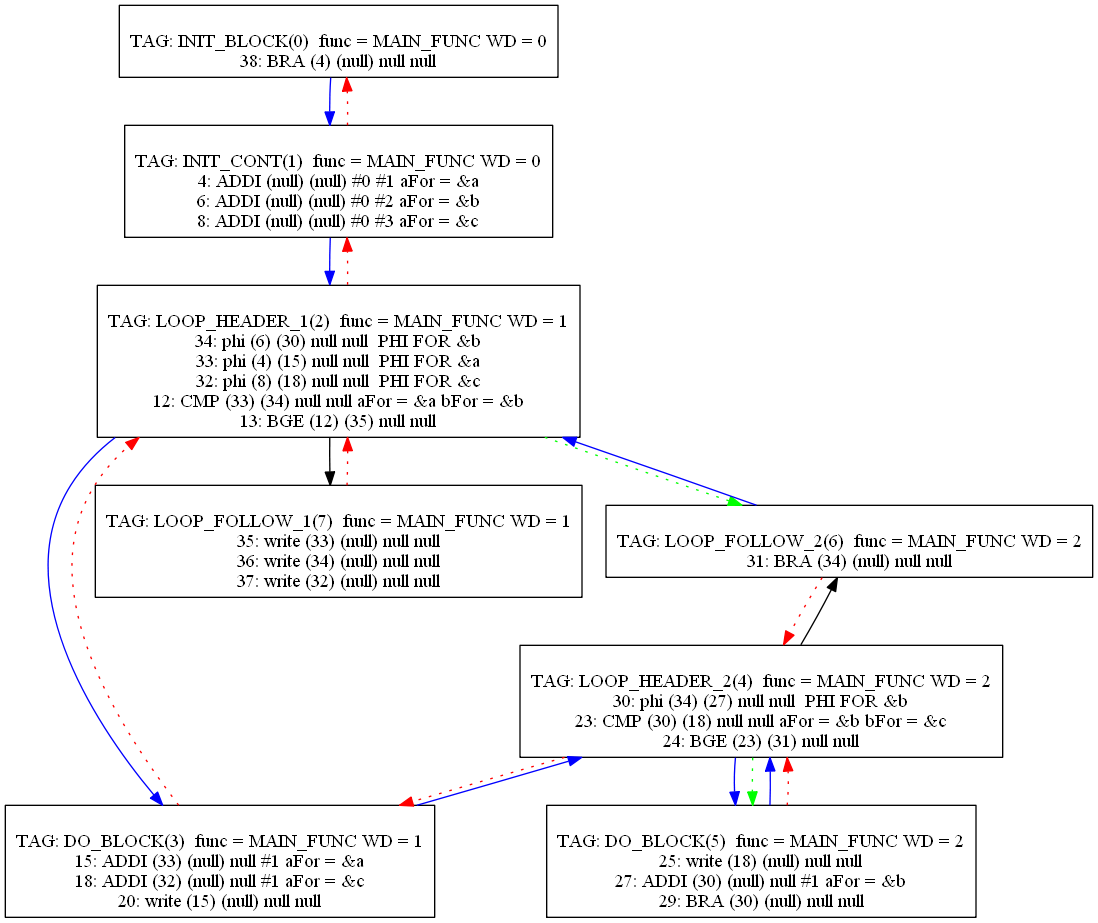
The Graphviz diagram Compiler/10graph.png in mbajaj92/Project-Astoria, before a commit. Its source is kept beside it as Compiler/10graph.dot.
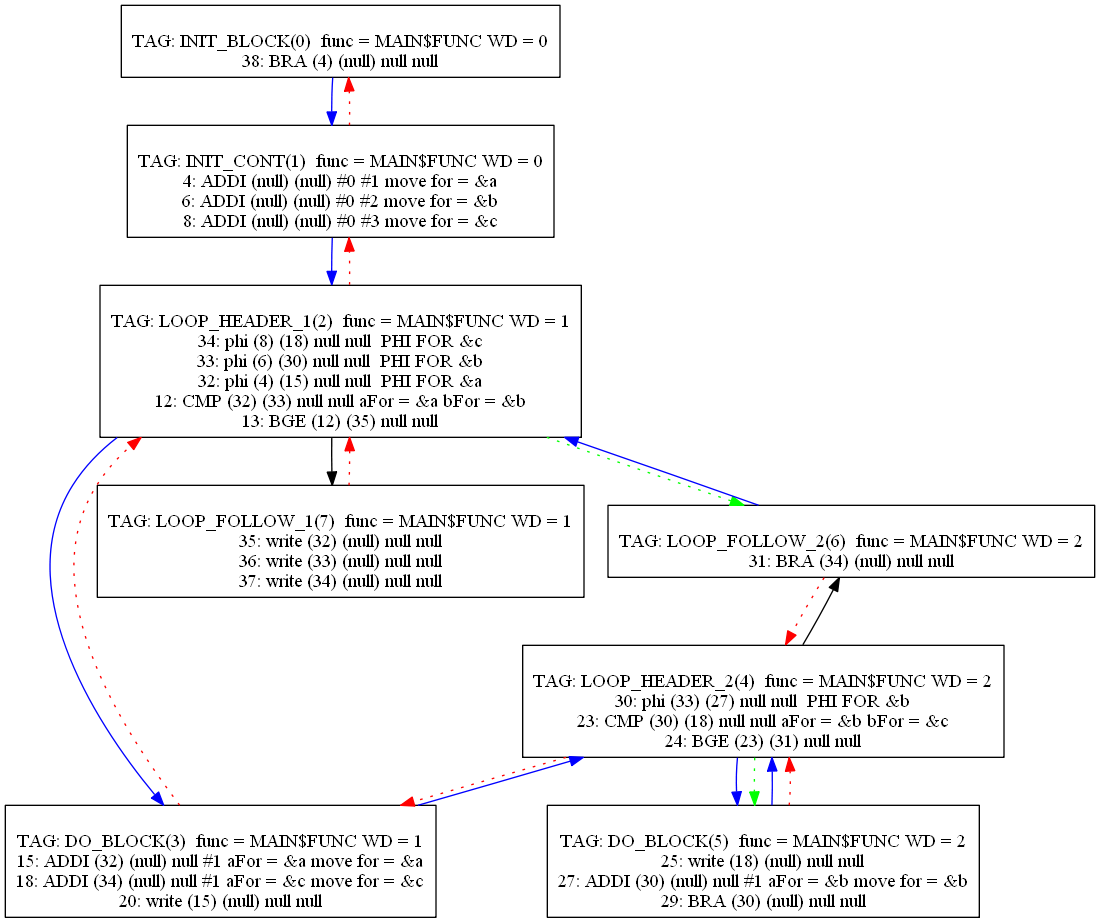
After the change.

Change to the diagram source:
```diff
@@ -1,25 +1,25 @@
 digraph {
 0[label="
-TAG: INIT_BLOCK(0)  func = MAIN_FUNC WD = 0
+TAG: INIT_BLOCK(0)  func = MAIN$FUNC WD = 0
 38: BRA (4) (null) null null
 "];
 0[shape=box];
 0 -> 1[color=blue]
 1[label="
-TAG: INIT_CONT(1)  func = MAIN_FUNC WD = 0
-4: ADDI (null) (null) #0 #1 aFor = &a
-6: ADDI (null) (null) #0 #2 aFor = &b
-8: ADDI (null) (null) #0 #3 aFor = &c
+TAG: INIT_CONT(1)  func = MAIN$FUNC WD = 0
+4: ADDI (null) (null) #0 #1 move for = &a
+6: ADDI (null) (null) #0 #2 move for = &b
+8: ADDI (null) (null) #0 #3 move for = &c
 "];
 1[shape=box];
 1 -> 2[color=blue]
 1 -> 0[color=red][style=dotted]
 2[label="
-TAG: LOOP_HEADER_1(2)  func = MAIN_FUNC WD = 1
-34: phi (6) (30) null null  PHI FOR &b
-33: phi (4) (15) null null  PHI FOR &a
-32: phi (8) (18) null null  PHI FOR &c
-12: CMP (33) (34) null null aFor = &a bFor = &b
+TAG: LOOP_HEADER_1(2)  func = MAIN$FUNC WD = 1
+34: phi (8) (18) null null  PHI FOR &c
+33: phi (6) (30) null null  PHI FOR &b
+32: phi (4) (15) null null  PHI FOR &a
+12: CMP (32) (33) null null aFor = &a bFor = &b
 13: BGE (12) (35) null null
 "];
 2[shape=box];
@@ -28,17 +28,17 @@
 2 -> 1[color=red][style=dotted]
 2 -> 6[color=green][style=dotted]
 3[label="
-TAG: DO_BLOCK(3)  func = MAIN_FUNC WD = 1
-15: ADDI (33) (null) null #1 aFor = &a
-18: ADDI (32) (null) null #1 aFor = &c
+TAG: DO_BLOCK(3)  func = MAIN$FUNC WD = 1
+15: ADDI (32) (null) null #1 aFor = &a move for = &a
+18: ADDI (34) (null) null #1 aFor = &c move for = &c
 20: write (15) (null) null null
 "];
 3[shape=box];
 3 -> 4[color=blue]
 3 -> 2[color=red][style=dotted]
 4[label="
-TAG: LOOP_HEADER_2(4)  func = MAIN_FUNC WD = 2
-30: phi (34) (27) null null  PHI FOR &b
+TAG: LOOP_HEADER_2(4)  func = MAIN$FUNC WD = 2
+30: phi (33) (27) null null  PHI FOR &b
 23: CMP (30) (18) null null aFor = &b bFor = &c
 24: BGE (23) (31) null null
 "];
@@ -48,26 +48,26 @@
 4 -> 3[color=red][style=dotted]
 4 -> 5[color=green][style=dotted]
 5[label="
-TAG: DO_BLOCK(5)  func = MAIN_FUNC WD = 2
+TAG: DO_BLOCK(5)  func = MAIN$FUNC WD = 2
 25: write (18) (null) null null
-27: ADDI (30) (null) null #1 aFor = &b
+27: ADDI (30) (null) null #1 aFor = &b move for = &b
 29: BRA (30) (null) null null
 "];
 5[shape=box];
 5 -> 4[color=blue]
 5 -> 4[color=red][style=dotted]
 6[label="
-TAG: LOOP_FOLLOW_2(6)  func = MAIN_FUNC WD = 2
+TAG: LOOP_FOLLOW_2(6)  func = MAIN$FUNC WD = 2
 31: BRA (34) (null) null null
 "];
 6[shape=box];
 6 -> 2[color=blue]
 6 -> 4[color=red][style=dotted]
 7[label="
-TAG: LOOP_FOLLOW_1(7)  func = MAIN_FUNC WD = 1
-35: write (33) (null) null null
-36: write (34) (null) null null
-37: write (32) (null) null null
+TAG: LOOP_FOLLOW_1(7)  func = MAIN$FUNC WD = 1
+35: write (32) (null) null null
+36: write (33) (null) null null
+37: write (34) (null) null null
 "];
 7[shape=box];
 7 -> 2[color=red][style=dotted]
```
